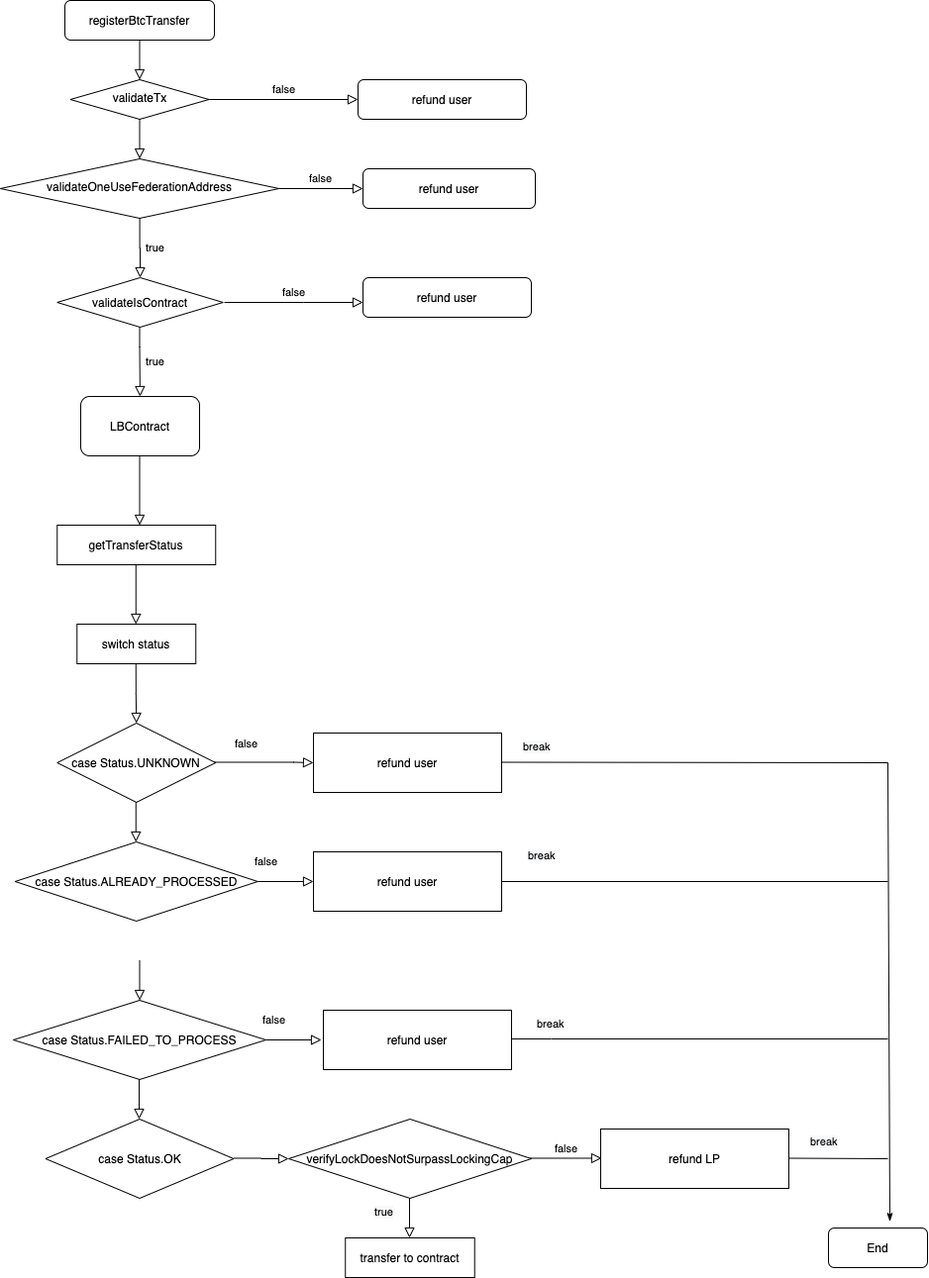
rsksmart/RSKIPs keeps this draw.io diagram as IPs/RSKIP175/flow-chart-for-rskip.png. Above is the earlier version. Source tidied: cells renumbered, new cells last; positions are measured from the earlier drawing's top-left corner, leaving out a move shared by most shapes.
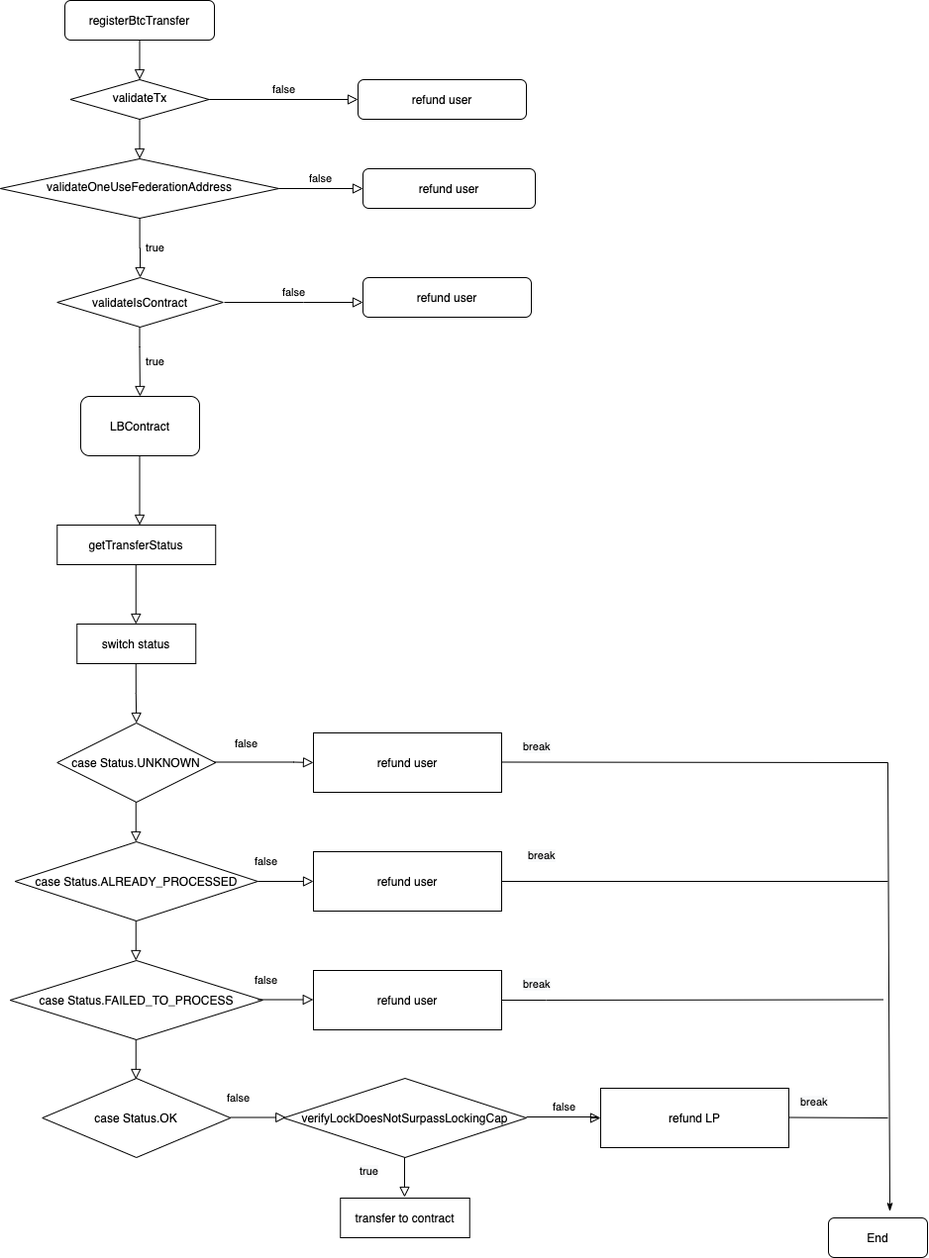
The same diagram one commit later.

Commit message:
Add information about fed address derivation and UTXOs storage

Diff of the diagram source:
```diff
@@ -45,7 +45,7 @@
       <mxGeometry x="366" y="280" width="170" height="40" as="geometry" />
     </mxCell>
     <mxCell id="13" value="verifyLockDoesNotSurpassLockingCap" style="rhombus;whiteSpace=wrap;html=1;" parent="1" vertex="1">
-      <mxGeometry x="291" y="1130" width="245" height="80" as="geometry" />
+      <mxGeometry x="286" y="1089" width="245" height="80" as="geometry" />
     </mxCell>
     <mxCell id="14" value="LBContract" style="rounded=1;whiteSpace=wrap;html=1;" parent="1" vertex="1">
       <mxGeometry x="81" y="400" width="120" height="60" as="geometry" />
@@ -92,50 +92,43 @@
     </mxCell>
     <mxCell id="24" value="&lt;br&gt;" style="rounded=0;html=1;jettySize=auto;orthogonalLoop=1;fontSize=11;endArrow=block;endFill=0;endSize=8;strokeWidth=1;shadow=0;labelBackgroundColor=none;edgeStyle=orthogonalEdgeStyle;" parent="1" edge="1">
       <mxGeometry x="0.33" y="20" relative="1" as="geometry">
-        <mxPoint x="140.5" y="970" as="sourcePoint" />
-        <mxPoint x="140.5" y="1010" as="targetPoint" />
+        <mxPoint x="136.8" y="930" as="sourcePoint" />
+        <mxPoint x="136.8" y="970" as="targetPoint" />
       </mxGeometry>
     </mxCell>
     <mxCell id="25" value="case Status.FAILED_TO_PROCESS&lt;br&gt;" style="rhombus;whiteSpace=wrap;html=1;" parent="1" vertex="1">
-      <mxGeometry x="13" y="1010" width="255" height="80" as="geometry" />
+      <mxGeometry x="9.8" y="970" width="255" height="80" as="geometry" />
     </mxCell>
     <mxCell id="26" value="refund user" style="rounded=0;whiteSpace=wrap;html=1;" parent="1" vertex="1">
-      <mxGeometry x="326" y="1020" width="190" height="60" as="geometry" />
+      <mxGeometry x="316" y="980" width="190" height="60" as="geometry" />
     </mxCell>
     <mxCell id="27" value="&lt;br&gt;" style="rounded=0;html=1;jettySize=auto;orthogonalLoop=1;fontSize=11;endArrow=block;endFill=0;endSize=8;strokeWidth=1;shadow=0;labelBackgroundColor=none;edgeStyle=orthogonalEdgeStyle;" parent="1" edge="1">
       <mxGeometry x="0.33" y="20" relative="1" as="geometry">
-        <mxPoint x="140" y="1090" as="sourcePoint" />
-        <mxPoint x="140" y="1130" as="targetPoint" />
+        <mxPoint x="136.8" y="1050" as="sourcePoint" />
+        <mxPoint x="136.8" y="1090" as="targetPoint" />
       </mxGeometry>
     </mxCell>
     <mxCell id="28" value="case Status.OK" style="rhombus;whiteSpace=wrap;html=1;" parent="1" vertex="1">
-      <mxGeometry x="45.5" y="1130" width="190" height="80" as="geometry" />
+      <mxGeometry x="42.2" y="1089" width="190" height="80" as="geometry" />
     </mxCell>
-    <mxCell id="29" style="edgeStyle=orthogonalEdgeStyle;rounded=0;html=1;jettySize=auto;fontSize=11;endArrow=block;endFill=0;endSize=8;strokeWidth=1;shadow=0;labelBackgroundColor=none;entryX=0;entryY=0.5;entryDx=0;entryDy=0;" parent="1" edge="1" target="13">
-      <mxGeometry y="10" relative="1" as="geometry">
-        <mxPoint x="235.5" y="1169.5" as="sourcePoint" />
-      </mxGeometry>
-    </mxCell>
     <mxCell id="30" value="&lt;div&gt;&lt;span&gt;transfer to contract&lt;/span&gt;&lt;/div&gt;" style="rounded=0;whiteSpace=wrap;html=1;align=center;verticalAlign=middle;" parent="1" vertex="1">
-      <mxGeometry x="348.2" y="1250" width="130.5" height="40" as="geometry" />
+      <mxGeometry x="343.2" y="1210" width="130.5" height="40" as="geometry" />
     </mxCell>
-    <mxCell id="31" value="false" style="edgeStyle=orthogonalEdgeStyle;rounded=0;html=1;jettySize=auto;orthogonalLoop=1;fontSize=11;endArrow=block;endFill=0;endSize=8;strokeWidth=1;shadow=0;labelBackgroundColor=none;" parent="1" edge="1">
+    <mxCell id="31" value="false" style="edgeStyle=orthogonalEdgeStyle;rounded=0;html=1;jettySize=auto;fontSize=11;endArrow=block;endFill=0;endSize=8;strokeWidth=1;shadow=0;labelBackgroundColor=none;entryX=0;entryY=0.5;entryDx=0;entryDy=0;" parent="1" edge="1" target="37">
       <mxGeometry y="10" relative="1" as="geometry">
-        <mxPoint x="535" y="1169" as="sourcePoint" />
-        <mxPoint x="607" y="1169.5" as="targetPoint" />
+        <mxPoint x="531" y="1128" as="sourcePoint" />
         <Array as="points">
-          <mxPoint x="607" y="1169" />
-          <mxPoint x="607" y="1169" />
+          <mxPoint x="603" y="1128" />
         </Array>
       </mxGeometry>
     </mxCell>
     <mxCell id="32" style="edgeStyle=orthogonalEdgeStyle;rounded=0;html=1;jettySize=auto;orthogonalLoop=1;fontSize=11;endArrow=none;endFill=0;endSize=8;strokeWidth=1;shadow=0;labelBackgroundColor=none;" parent="1" edge="1">
       <mxGeometry y="10" relative="1" as="geometry">
-        <mxPoint x="516" y="1049" as="sourcePoint" />
-        <mxPoint x="896" y="1049" as="targetPoint" />
+        <mxPoint x="506" y="1010" as="sourcePoint" />
+        <mxPoint x="891" y="1009.5" as="targetPoint" />
         <Array as="points">
-          <mxPoint x="556" y="1049" />
-          <mxPoint x="556" y="1049" />
+          <mxPoint x="551" y="1009.5" />
+          <mxPoint x="551" y="1009.5" />
         </Array>
       </mxGeometry>
     </mxCell>
@@ -146,7 +139,7 @@
       <mxGeometry x="531" y="850" width="50" height="30" as="geometry" />
     </mxCell>
     <mxCell id="35" value="End" style="rounded=1;whiteSpace=wrap;html=1;" parent="1" vertex="1">
-      <mxGeometry x="836" y="1240" width="100" height="40" as="geometry" />
+      <mxGeometry x="836" y="1230" width="100" height="40" as="geometry" />
     </mxCell>
     <mxCell id="36" value="&lt;br&gt;" style="rounded=0;html=1;jettySize=auto;orthogonalLoop=1;fontSize=11;endArrow=block;endFill=0;endSize=8;strokeWidth=1;shadow=0;labelBackgroundColor=none;edgeStyle=orthogonalEdgeStyle;" parent="1" edge="1">
       <mxGeometry x="0.33" y="20" relative="1" as="geometry">
@@ -155,19 +148,19 @@
       </mxGeometry>
     </mxCell>
     <mxCell id="37" value="refund LP" style="rounded=0;whiteSpace=wrap;html=1;" parent="1" vertex="1">
-      <mxGeometry x="606" y="1140" width="190" height="60" as="geometry" />
+      <mxGeometry x="606" y="1099" width="190" height="60" as="geometry" />
     </mxCell>
     <mxCell id="38" value="&lt;br&gt;" style="rounded=0;html=1;jettySize=auto;orthogonalLoop=1;fontSize=11;endArrow=block;endFill=0;endSize=8;strokeWidth=1;shadow=0;labelBackgroundColor=none;edgeStyle=orthogonalEdgeStyle;" parent="1" edge="1">
       <mxGeometry x="0.33" y="20" relative="1" as="geometry">
-        <mxPoint x="413" y="1210" as="sourcePoint" />
-        <mxPoint x="413" y="1250" as="targetPoint" />
+        <mxPoint x="408" y="1169" as="sourcePoint" />
+        <mxPoint x="408" y="1209" as="targetPoint" />
       </mxGeometry>
     </mxCell>
     <mxCell id="39" value="&lt;span style=&quot;color: rgb(0 , 0 , 0) ; font-family: &amp;#34;helvetica&amp;#34; ; font-size: 11px ; font-style: normal ; font-weight: 400 ; letter-spacing: normal ; text-align: center ; text-indent: 0px ; text-transform: none ; word-spacing: 0px ; background-color: rgb(248 , 249 , 250) ; display: inline ; float: none&quot;&gt;true&lt;/span&gt;" style="text;whiteSpace=wrap;html=1;" parent="1" vertex="1">
-      <mxGeometry x="376" y="1210" width="50" height="30" as="geometry" />
+      <mxGeometry x="361" y="1169" width="50" height="30" as="geometry" />
     </mxCell>
     <mxCell id="40" value="&lt;span style=&quot;color: rgb(0 , 0 , 0) ; font-family: &amp;#34;helvetica&amp;#34; ; font-size: 11px ; font-style: normal ; font-weight: 400 ; letter-spacing: normal ; text-align: center ; text-indent: 0px ; text-transform: none ; word-spacing: 0px ; background-color: rgb(248 , 249 , 250) ; display: inline ; float: none&quot;&gt;break&lt;/span&gt;" style="text;whiteSpace=wrap;html=1;" parent="1" vertex="1">
-      <mxGeometry x="816" y="1139" width="50" height="30" as="geometry" />
+      <mxGeometry x="806" y="1099" width="50" height="30" as="geometry" />
     </mxCell>
     <mxCell id="41" style="rounded=0;html=1;jettySize=auto;orthogonalLoop=1;fontSize=11;endArrow=block;endFill=0;endSize=8;strokeWidth=1;shadow=0;labelBackgroundColor=none;edgeStyle=orthogonalEdgeStyle;" parent="1" edge="1">
       <mxGeometry relative="1" as="geometry">
@@ -222,12 +215,12 @@
       </mxGeometry>
     </mxCell>
     <mxCell id="47" value="&lt;span style=&quot;color: rgb(0 , 0 , 0) ; font-family: &amp;#34;helvetica&amp;#34; ; font-size: 11px ; font-style: normal ; font-weight: 400 ; letter-spacing: normal ; text-align: center ; text-indent: 0px ; text-transform: none ; word-spacing: 0px ; background-color: rgb(248 , 249 , 250) ; display: inline ; float: none&quot;&gt;break&lt;/span&gt;" style="text;whiteSpace=wrap;html=1;" parent="1" vertex="1">
-      <mxGeometry x="540" y="1020" width="50" height="30" as="geometry" />
+      <mxGeometry x="526" y="980" width="50" height="30" as="geometry" />
     </mxCell>
     <mxCell id="48" style="endArrow=none;html=1;strokeWidth=1;" parent="1" edge="1">
       <mxGeometry relative="1" as="geometry">
-        <mxPoint x="796" y="1169.5" as="sourcePoint" />
-        <mxPoint x="896" y="1170" as="targetPoint" />
+        <mxPoint x="796" y="1128.5" as="sourcePoint" />
+        <mxPoint x="896" y="1129" as="targetPoint" />
       </mxGeometry>
     </mxCell>
     <mxCell id="49" style="endArrow=none;html=1;strokeWidth=1;" parent="1" edge="1">
@@ -243,9 +236,15 @@
     </mxCell>
     <mxCell id="51" value="false" style="edgeStyle=orthogonalEdgeStyle;rounded=0;html=1;jettySize=auto;orthogonalLoop=1;fontSize=11;endArrow=block;endFill=0;endSize=8;strokeWidth=1;shadow=0;labelBackgroundColor=none;exitX=1;exitY=0.5;exitDx=0;exitDy=0;" parent="1" edge="1">
       <mxGeometry x="-0.73" y="20" relative="1" as="geometry">
-        <mxPoint x="268" y="1050" as="sourcePoint" />
-        <mxPoint x="324" y="1050" as="targetPoint" />
+        <mxPoint x="259.8" y="1009.5" as="sourcePoint" />
+        <mxPoint x="315.8" y="1009.5" as="targetPoint" />
       </mxGeometry>
     </mxCell>
+    <mxCell id="52" value="false" style="edgeStyle=orthogonalEdgeStyle;rounded=0;html=1;jettySize=auto;orthogonalLoop=1;fontSize=11;endArrow=block;endFill=0;endSize=8;strokeWidth=1;shadow=0;labelBackgroundColor=none;exitX=1;exitY=0.5;exitDx=0;exitDy=0;" parent="1" edge="1">
+      <mxGeometry x="-0.73" y="20" relative="1" as="geometry">
+        <mxPoint x="232.2" y="1128.5" as="sourcePoint" />
+        <mxPoint x="288.2" y="1128.5" as="targetPoint" />
+      </mxGeometry>
+    </mxCell>
   </root>
 </mxGraphModel>
```
